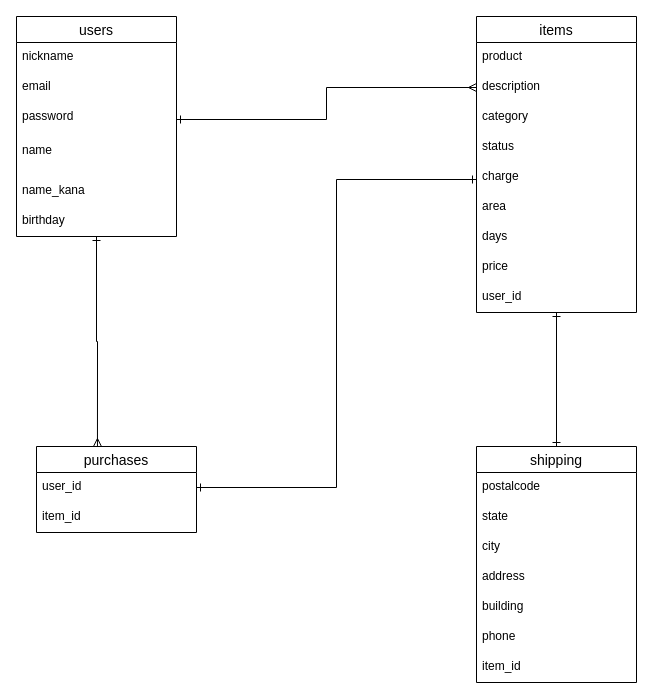
This is er.dio from komosuke/furima-34546, a draw.io file, before an edit. Source tidied: cells renumbered, new cells numbered last; positions are measured from the earlier drawing's top-left corner, leaving out a move shared by most shapes. Both pictures are drawn from the tidied source at 100%, with x=0, y=0 at pixel (16, 16).
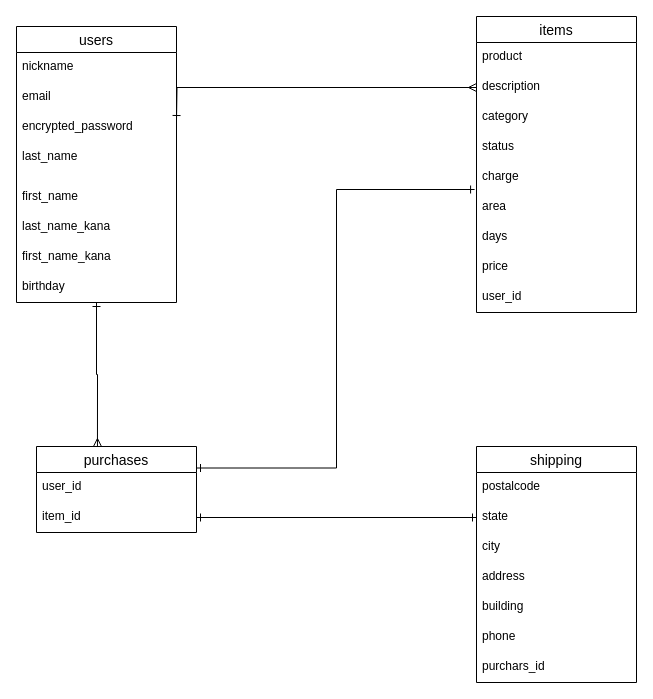
After the change.

Commit message (it also covers changes not shown here):
データベース設計の修正

Unchanged cells that the change refers to:
```xml
<mxCell id="4" value="items" style="swimlane;fontStyle=0;horizontal=1;startSize=26;align=center;fontSize=14;" parent="1" vertex="1">
  <mxGeometry x="460" width="160" height="296" as="geometry" />
</mxCell>
<mxCell id="6" value="description" style="text;strokeColor=none;fillColor=none;spacingLeft=4;spacingRight=4;overflow=hidden;points=[[0,0.5],[1,0.5]];portConstraint=eastwest;fontSize=12;" parent="4" vertex="1">
  <mxGeometry y="56" width="160" height="30" as="geometry" />
</mxCell>
<mxCell id="9" value="charge" style="text;strokeColor=none;fillColor=none;spacingLeft=4;spacingRight=4;overflow=hidden;points=[[0,0.5],[1,0.5]];portConstraint=eastwest;fontSize=12;" parent="4" vertex="1">
  <mxGeometry y="146" width="160" height="30" as="geometry" />
</mxCell>
<mxCell id="22" value="purchases" style="swimlane;fontStyle=0;horizontal=1;startSize=26;align=center;fontSize=14;" parent="1" vertex="1">
  <mxGeometry x="20" y="430" width="160" height="86" as="geometry" />
</mxCell>
<mxCell id="23" value="user_id" style="text;strokeColor=none;fillColor=none;spacingLeft=4;spacingRight=4;overflow=hidden;points=[[0,0.5],[1,0.5]];portConstraint=eastwest;fontSize=12;" parent="22" vertex="1">
  <mxGeometry y="26" width="160" height="30" as="geometry" />
</mxCell>
<mxCell id="24" value="item_id" style="text;strokeColor=none;fillColor=none;spacingLeft=4;spacingRight=4;overflow=hidden;points=[[0,0.5],[1,0.5]];portConstraint=eastwest;fontSize=12;" parent="22" vertex="1">
  <mxGeometry y="56" width="160" height="30" as="geometry" />
</mxCell>
<mxCell id="25" value="shipping" style="swimlane;fontStyle=0;horizontal=1;startSize=26;align=center;fontSize=14;" parent="1" vertex="1">
  <mxGeometry x="460" y="430" width="160" height="236" as="geometry" />
</mxCell>
<mxCell id="27" value="state" style="text;strokeColor=none;fillColor=none;spacingLeft=4;spacingRight=4;overflow=hidden;points=[[0,0.5],[1,0.5]];portConstraint=eastwest;fontSize=12;" parent="25" vertex="1">
  <mxGeometry y="56" width="160" height="30" as="geometry" />
</mxCell>
```

Change to the diagram source:
```diff
@@
-    <mxCell id="2" style="edgeStyle=orthogonalEdgeStyle;rounded=0;jettySize=auto;html=1;endArrow=ERone;endFill=0;startArrow=ERone;startFill=0;" parent="1" edge="1" source="4" target="23">
-      <mxGeometry relative="1" as="geometry">
-        <Array as="points">
-          <mxPoint x="320" y="163" />
-          <mxPoint x="320" y="471" />
-        </Array>
-      </mxGeometry>
-    </mxCell>
-    <mxCell id="3" style="edgeStyle=orthogonalEdgeStyle;rounded=0;jettySize=auto;html=1;entryX=0.5;entryY=0;entryDx=0;entryDy=0;startArrow=ERone;startFill=0;endArrow=ERone;endFill=0;" parent="1" edge="1" source="4" target="25">
-      <mxGeometry relative="1" as="geometry" />
-    </mxCell>
@@
     <mxCell id="15" value="users" style="swimlane;fontStyle=0;horizontal=1;startSize=26;align=center;fontSize=14;" parent="1" vertex="1">
-      <mxGeometry width="160" height="220" as="geometry" />
+      <mxGeometry y="10" width="160" height="276" as="geometry" />
     </mxCell>
@@
-    <mxCell id="18" value="password" style="text;strokeColor=none;fillColor=none;spacingLeft=4;spacingRight=4;overflow=hidden;points=[[0,0.5],[1,0.5]];portConstraint=eastwest;fontSize=12;" parent="15" vertex="1">
-      <mxGeometry y="86" width="160" height="34" as="geometry" />
-    </mxCell>
+    <mxCell id="34" value="encrypted_password" style="text;strokeColor=none;fillColor=none;spacingLeft=4;spacingRight=4;overflow=hidden;fontSize=12;" parent="15" vertex="1">
+      <mxGeometry y="86" width="160" height="30" as="geometry" />
+    </mxCell>
-    <mxCell id="19" value="name" style="text;strokeColor=none;fillColor=none;spacingLeft=4;spacingRight=4;overflow=hidden;fontSize=12;" parent="15" vertex="1">
-      <mxGeometry y="120" width="160" height="40" as="geometry" />
+    <mxCell id="19" value="last_name" style="text;strokeColor=none;fillColor=none;spacingLeft=4;spacingRight=4;overflow=hidden;fontSize=12;" parent="15" vertex="1">
+      <mxGeometry y="116" width="160" height="40" as="geometry" />
     </mxCell>
+    <mxCell id="35" value="first_name" style="text;strokeColor=none;fillColor=none;spacingLeft=4;spacingRight=4;overflow=hidden;fontSize=12;" parent="15" vertex="1">
+      <mxGeometry y="156" width="160" height="30" as="geometry" />
+    </mxCell>
-    <mxCell id="20" value="name_kana" style="text;strokeColor=none;fillColor=none;spacingLeft=4;spacingRight=4;overflow=hidden;fontSize=12;" parent="15" vertex="1">
-      <mxGeometry y="160" width="160" height="30" as="geometry" />
+    <mxCell id="20" value="last_name_kana" style="text;strokeColor=none;fillColor=none;spacingLeft=4;spacingRight=4;overflow=hidden;fontSize=12;" parent="15" vertex="1">
+      <mxGeometry y="186" width="160" height="30" as="geometry" />
     </mxCell>
+    <mxCell id="36" value="first_name_kana" style="text;strokeColor=none;fillColor=none;spacingLeft=4;spacingRight=4;overflow=hidden;fontSize=12;" parent="15" vertex="1">
+      <mxGeometry y="216" width="160" height="30" as="geometry" />
+    </mxCell>
     <mxCell id="21" value="birthday" style="text;fillColor=none;spacingLeft=4;spacingRight=4;overflow=hidden;fontSize=12;" parent="15" vertex="1">
-      <mxGeometry y="190" width="160" height="30" as="geometry" />
+      <mxGeometry y="246" width="160" height="30" as="geometry" />
     </mxCell>
+    <mxCell id="37" style="edgeStyle=orthogonalEdgeStyle;rounded=0;jettySize=auto;html=1;exitX=1;exitY=0.25;exitDx=0;exitDy=0;entryX=-0.012;entryY=0.9;entryDx=0;entryDy=0;entryPerimeter=0;startArrow=ERone;startFill=0;endArrow=ERone;endFill=0;" parent="1" edge="1" source="22" target="9">
+      <mxGeometry relative="1" as="geometry" />
+    </mxCell>
@@
-    <mxCell id="32" value="item_id" style="text;strokeColor=none;fillColor=none;spacingLeft=4;spacingRight=4;overflow=hidden;fontSize=12;" parent="25" vertex="1">
+    <mxCell id="32" value="purchars_id" style="text;strokeColor=none;fillColor=none;spacingLeft=4;spacingRight=4;overflow=hidden;fontSize=12;" parent="25" vertex="1">
       <mxGeometry y="206" width="160" height="30" as="geometry" />
     </mxCell>
-    <mxCell id="33" style="edgeStyle=orthogonalEdgeStyle;rounded=0;jettySize=auto;html=1;exitX=1;exitY=0.5;exitDx=0;exitDy=0;entryX=0;entryY=0.5;entryDx=0;entryDy=0;endArrow=ERmany;endFill=0;targetPerimeterSpacing=0;startArrow=ERone;startFill=0;" parent="1" edge="1" source="18" target="6">
-      <mxGeometry relative="1" as="geometry" />
+    <mxCell id="33" style="edgeStyle=orthogonalEdgeStyle;rounded=0;jettySize=auto;html=1;exitX=1;exitY=0.5;exitDx=0;exitDy=0;entryX=0;entryY=0.5;entryDx=0;entryDy=0;endArrow=ERmany;endFill=0;targetPerimeterSpacing=0;startArrow=ERone;startFill=0;" parent="1" edge="1" target="6">
+      <mxGeometry relative="1" as="geometry">
+        <mxPoint x="160" y="103" as="sourcePoint" />
+      </mxGeometry>
     </mxCell>
+    <mxCell id="38" style="edgeStyle=orthogonalEdgeStyle;rounded=0;jettySize=auto;html=1;endArrow=ERone;endFill=0;startArrow=ERone;startFill=0;" parent="1" edge="1" source="24" target="27">
+      <mxGeometry relative="1" as="geometry" />
+    </mxCell>
```
